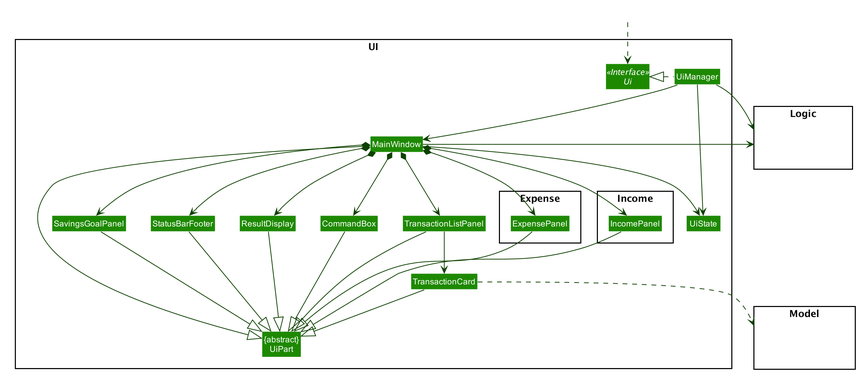
Earlier version of the PlantUML export images/UiClassDiagram.png (wltan/tp).
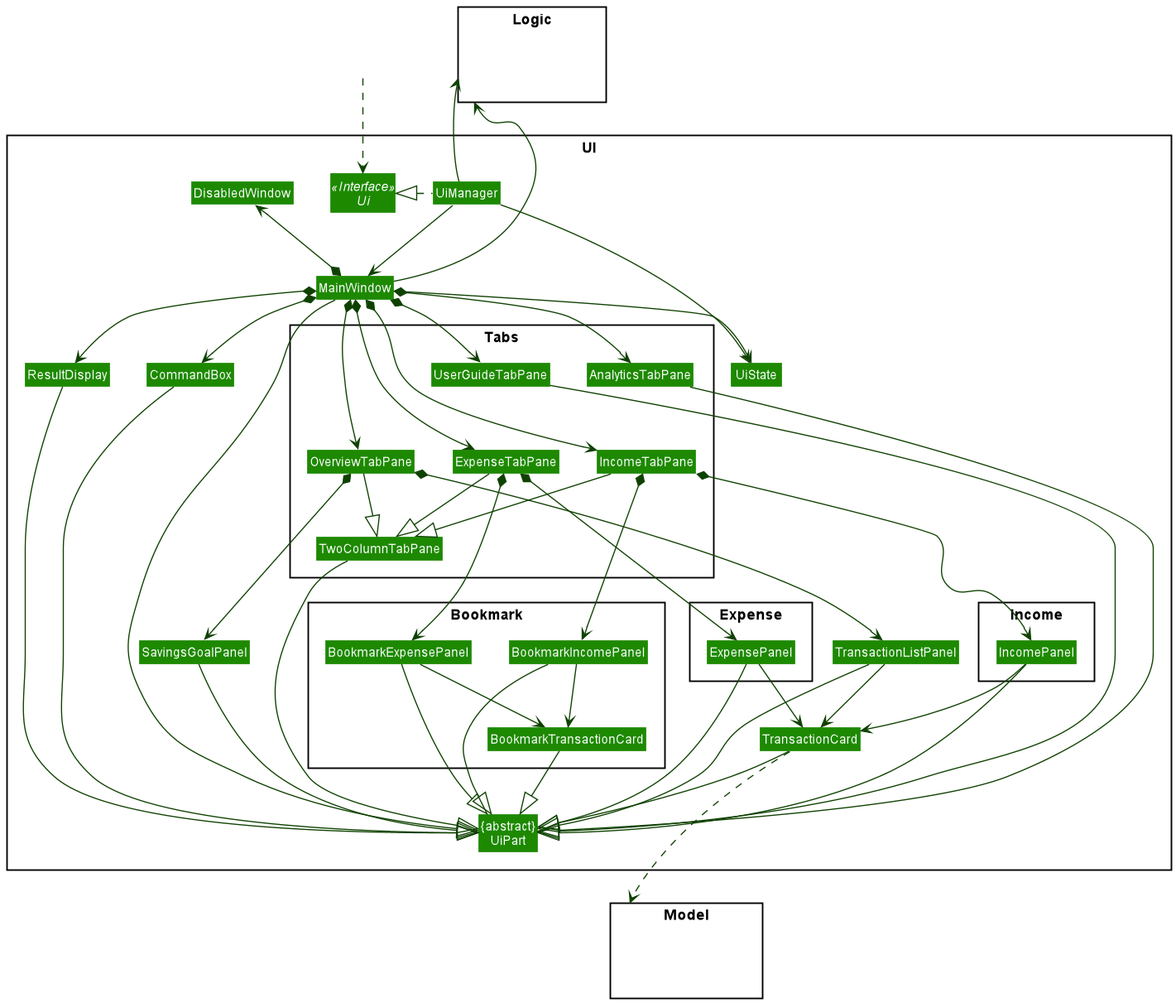
Above is the later version.

Change to the diagram source:
```diff
@@ -1,55 +1,8 @@
 @startuml
-
-
-
-
-
-
-
-
-skinparam BackgroundColor #FFFFFFF
-
-skinparam Shadowing false
-
-skinparam Class {
-    FontColor #FFFFFF
-    BorderThickness 1
-    BorderColor #FFFFFF
-    StereotypeFontColor #FFFFFF
-    FontName Arial
-}
-
-skinparam Actor {
-    BorderColor #000000
-    Color #000000
-    FontName Arial
-}
-
-skinparam Sequence {
-    MessageAlign center
-    BoxFontSize 15
-    BoxPadding 0
-    BoxFontColor #FFFFFF
-    FontName Arial
-}
-
-skinparam Participant {
-    FontColor #FFFFFFF
-    Padding 20
-}
-
-skinparam MinClassWidth 50
-skinparam ParticipantPadding 10
-skinparam Shadowing false
-skinparam DefaultTextAlignment center
-skinparam packageStyle Rectangle
-
-hide footbox
-hide members
-hide circle
+!include style.puml
 skinparam arrowThickness 1.1
-skinparam arrowColor #0E4100
-skinparam classBackgroundColor #1D8900
+skinparam arrowColor UI_COLOR_T4
+skinparam classBackgroundColor UI_COLOR
 
 package UI <<Rectangle>>{
 Interface Ui <<Interface>>
@@ -59,18 +12,33 @@
 Class ResultDisplay
 Class TransactionListPanel
 Class TransactionCard
-Class StatusBarFooter
 Class CommandBox
 Class SavingsGoalPanel
 Class UiState
+Class DisabledWindow
+
+package Tabs {
+Class TwoColumnTabPane
+Class OverviewTabPane
+Class IncomeTabPane
+Class ExpenseTabPane
+Class AnalyticsTabPane
+Class UserGuideTabPane
+}
 
 package Expense {
 Class ExpensePanel
 }
+
 package Income {
 Class IncomePanel
 }
 
+package Bookmark {
+Class BookmarkIncomePanel
+Class BookmarkExpensePanel
+Class BookmarkTransactionCard
+}
 }
 
 package Model <<Rectangle>> {
@@ -90,13 +58,29 @@
 MainWindow --> UiState
 MainWindow *-down-> CommandBox
 MainWindow *-down-> ResultDisplay
-MainWindow *-down-> TransactionListPanel
-MainWindow *-down-> StatusBarFooter
-MainWindow *-down-> ExpensePanel
-MainWindow *-down-> IncomePanel
-MainWindow *-down-> SavingsGoalPanel
+MainWindow *-up-> DisabledWindow
+
+MainWindow *-down-> OverviewTabPane
+MainWindow *-down-> IncomeTabPane
+MainWindow *-down-> ExpenseTabPane
+MainWindow *-down-> AnalyticsTabPane
+MainWindow *-down-> UserGuideTabPane
+
+OverviewTabPane *-down-> TransactionListPanel
+OverviewTabPane *-down-> SavingsGoalPanel
+
+IncomeTabPane *-down-> IncomePanel
+IncomeTabPane *-down-> BookmarkIncomePanel
+
+ExpenseTabPane *-down-> ExpensePanel
+ExpenseTabPane *-down-> BookmarkExpensePanel
 
 TransactionListPanel -down-> TransactionCard
+ExpensePanel -down-> TransactionCard
+IncomePanel -down-> TransactionCard
+
+BookmarkExpensePanel -down-> BookmarkTransactionCard
+BookmarkIncomePanel -down-> BookmarkTransactionCard
 
 MainWindow -left-|> UiPart
 
@@ -104,19 +88,34 @@
 CommandBox --|> UiPart
 TransactionListPanel --|> UiPart
 TransactionCard --|> UiPart
-StatusBarFooter --|> UiPart
 ExpensePanel --|> UiPart
 IncomePanel --|> UiPart
 SavingsGoalPanel --|> UiPart
+BookmarkExpensePanel --|> UiPart
+BookmarkIncomePanel --|> UiPart
+BookmarkTransactionCard --|> UiPart
+
+TwoColumnTabPane --|> UiPart
+OverviewTabPane --|> TwoColumnTabPane
+IncomeTabPane --|> TwoColumnTabPane
+ExpenseTabPane --|> TwoColumnTabPane
+
+AnalyticsTabPane --|> UiPart
+UserGuideTabPane --|> UiPart
 
 TransactionCard ..> Model
-UiManager -right-> Logic
-MainWindow -left-> Logic
+UiManager -up-> Logic
+MainWindow -up-> Logic
 
 CommandBox -[hidden]left- ResultDisplay
-ResultDisplay -[hidden]left- StatusBarFooter
 ExpensePanel -[hidden]left- TransactionListPanel
 IncomePanel -[hidden]left- SavingsGoalPanel
 
 MainWindow -[hidden]-|> UiPart
+AnalyticsTabPane -[hidden]-|> OverviewTabPane
+UserGuideTabPane -[hidden]-|> OverviewTabPane
+TwoColumnTabPane -[hidden]down-|> SavingsGoalPanel
+UiPart -[hidden]down-|> Model
+Logic -[hidden]down-|> UiManager
+TwoColumnTabPane -[hidden]down-|> TransactionListPanel
 @enduml
```
